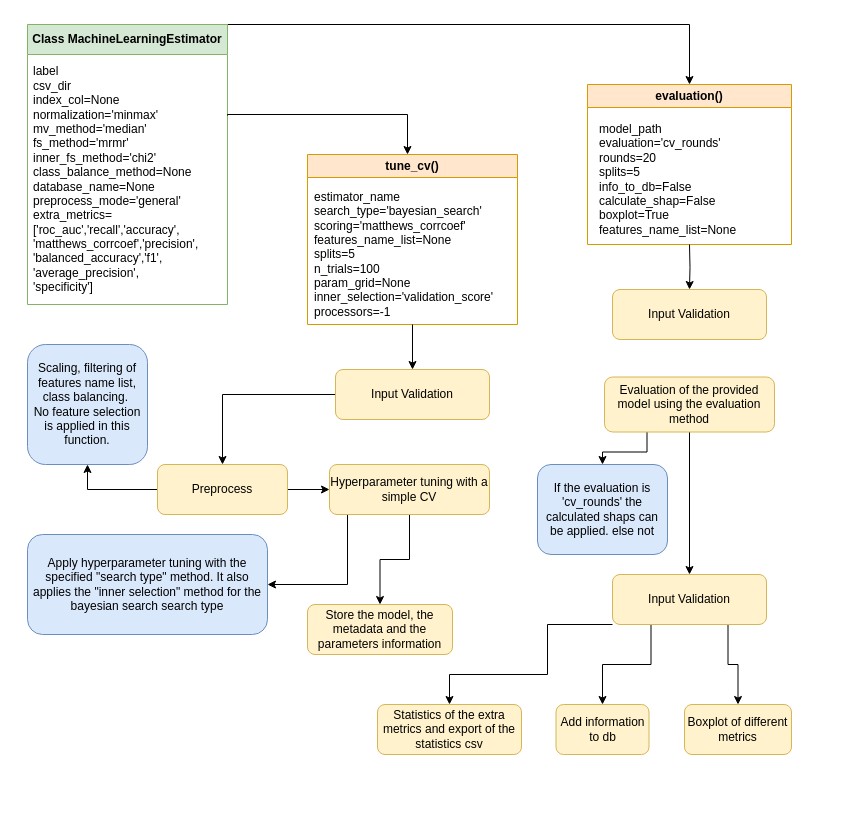
This is page "modeltuning" (6 of 7) of ThesisDiagrams.drawio from costasmexis/AI4META, a draw.io file, before an edit. Source tidied: cells renumbered, new cells numbered last; positions are measured from the earlier drawing's top-left corner, leaving out a move shared by most shapes. Both pictures are drawn from the tidied source at 100%, with x=0, y=0 at pixel (27, 24).
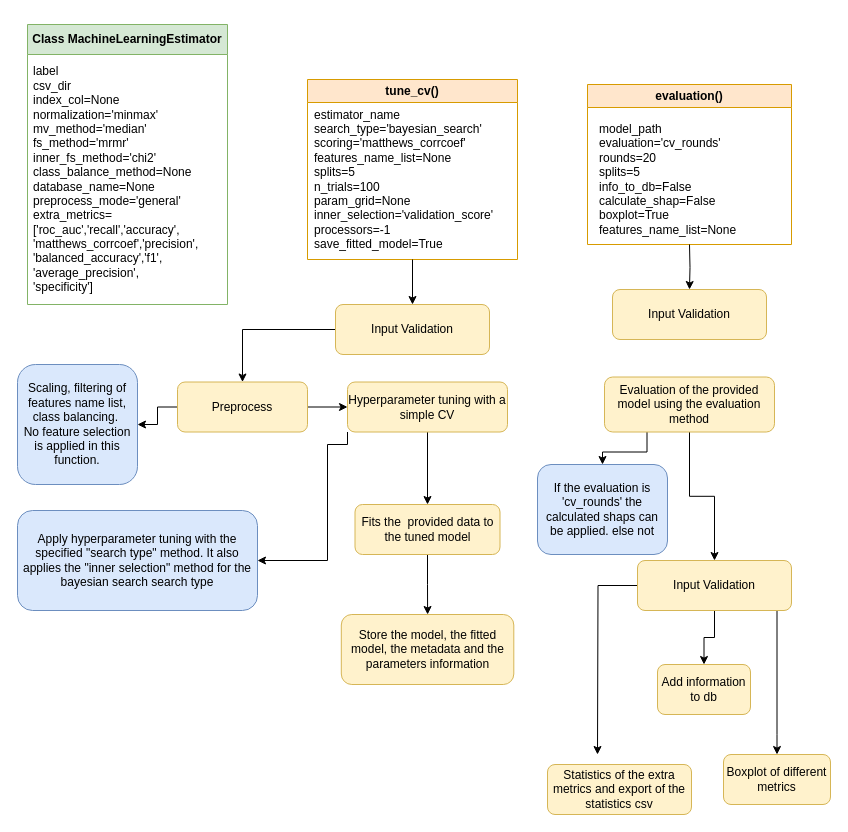
After the change.

The change refers to these unchanged cells:
```xml
<mxCell id="3" value="&lt;b&gt;Class MachineLearningEstimator&lt;/b&gt;" style="swimlane;fontStyle=0;horizontal=1;startSize=30;whiteSpace=wrap;html=1;fillColor=#d5e8d4;strokeColor=#82b366;" parent="1" vertex="1">
  <mxGeometry width="200" height="280" as="geometry" />
</mxCell>
<mxCell id="4" value="evaluation()" style="swimlane;whiteSpace=wrap;html=1;fillColor=#ffe6cc;strokeColor=#d79b00;" parent="1" vertex="1">
  <mxGeometry x="560" y="60" width="204" height="160" as="geometry" />
</mxCell>
<mxCell id="9" value="label&lt;div&gt;csv_dir&lt;/div&gt;&lt;div&gt;index_col=None&lt;/div&gt;&lt;div&gt;normalization='minmax'&lt;/div&gt;&lt;div&gt;mv_method='median'&lt;/div&gt;&lt;div&gt;fs_method='mrmr'&lt;/div&gt;&lt;div&gt;inner_fs_method='chi2'&lt;/div&gt;&lt;div&gt;class_balance_method=None&lt;/div&gt;&lt;div&gt;database_name=None&lt;/div&gt;&lt;div&gt;preprocess_mode='general'&lt;/div&gt;&lt;div&gt;&lt;div&gt;extra_metrics=&lt;/div&gt;&lt;div&gt;['roc_auc','recall','accuracy',&lt;/div&gt;&lt;div&gt;'matthews_corrcoef','precision',&lt;/div&gt;&lt;div&gt;'balanced_accuracy','f1',&lt;/div&gt;&lt;div&gt;'average_precision',&lt;/div&gt;&lt;div&gt;'specificity']&lt;/div&gt;&lt;/div&gt;" style="text;strokeColor=none;fillColor=none;align=left;verticalAlign=middle;spacingLeft=4;spacingRight=4;overflow=hidden;points=[[0,0.5],[1,0.5]];portConstraint=eastwest;whiteSpace=wrap;html=1;" parent="1" vertex="1">
  <mxGeometry y="30" width="200" height="250" as="geometry" />
</mxCell>
```

What changed in the source:
```diff
@@
-    <mxCell id="2" style="edgeStyle=orthogonalEdgeStyle;rounded=0;jettySize=auto;html=1;exitX=1;exitY=0;exitDx=0;exitDy=0;entryX=0.5;entryY=0;entryDx=0;entryDy=0;" parent="1" edge="1" source="3" target="4">
-      <mxGeometry relative="1" as="geometry">
-        <Array as="points">
-          <mxPoint x="662" />
-        </Array>
-      </mxGeometry>
-    </mxCell>
@@
     <mxCell id="6" value="tune_cv()" style="swimlane;whiteSpace=wrap;html=1;fillColor=#ffe6cc;strokeColor=#d79b00;" parent="1" vertex="1">
-      <mxGeometry x="280" y="130" width="210" height="170" as="geometry" />
+      <mxGeometry x="280" y="55" width="210" height="180" as="geometry" />
     </mxCell>
-    <mxCell id="7" value="estimator_name&lt;div&gt;search_type='bayesian_search'&lt;/div&gt;&lt;div&gt;scoring='matthews_corrcoef'&lt;/div&gt;&lt;div&gt;features_name_list=None&lt;/div&gt;&lt;div&gt;splits=5&lt;/div&gt;&lt;div&gt;n_trials=100&lt;/div&gt;&lt;div&gt;param_grid=None&lt;/div&gt;&lt;div&gt;inner_selection='validation_score'&lt;/div&gt;&lt;div&gt;&lt;span style=&quot;background-color: transparent; color: light-dark(rgb(0, 0, 0), rgb(255, 255, 255));&quot;&gt;processors=-1&lt;/span&gt;&lt;/div&gt;" style="text;html=1;align=left;verticalAlign=middle;points=[];strokeColor=none;fillColor=none;" parent="6" vertex="1">
-      <mxGeometry x="5" y="30" width="200" height="140" as="geometry" />
+    <mxCell id="7" value="estimator_name&lt;div&gt;search_type='bayesian_search'&lt;/div&gt;&lt;div&gt;scoring='matthews_corrcoef'&lt;/div&gt;&lt;div&gt;features_name_list=None&lt;/div&gt;&lt;div&gt;splits=5&lt;/div&gt;&lt;div&gt;n_trials=100&lt;/div&gt;&lt;div&gt;param_grid=None&lt;/div&gt;&lt;div&gt;inner_selection='validation_score'&lt;/div&gt;&lt;div&gt;&lt;span style=&quot;background-color: transparent; color: light-dark(rgb(0, 0, 0), rgb(255, 255, 255));&quot;&gt;processors=-1&lt;/span&gt;&lt;/div&gt;&lt;div&gt;&lt;span style=&quot;background-color: transparent; color: light-dark(rgb(0, 0, 0), rgb(255, 255, 255));&quot;&gt;save_fitted_model=True&lt;/span&gt;&lt;/div&gt;" style="text;html=1;align=left;verticalAlign=middle;points=[];strokeColor=none;fillColor=none;" parent="6" vertex="1">
+      <mxGeometry x="5" y="20" width="200" height="160" as="geometry" />
     </mxCell>
-    <mxCell id="8" style="edgeStyle=orthogonalEdgeStyle;rounded=0;jettySize=auto;html=1;exitX=1;exitY=0.244;exitDx=0;exitDy=0;exitPerimeter=0;" parent="1" edge="1" source="9">
-      <mxGeometry relative="1" as="geometry">
-        <mxPoint x="380" y="130" as="targetPoint" />
-        <Array as="points">
-          <mxPoint x="200" y="90" />
-          <mxPoint x="380" y="90" />
-        </Array>
-      </mxGeometry>
-    </mxCell>
@@
     <mxCell id="11" value="Input Validation" style="rounded=1;whiteSpace=wrap;html=1;fillColor=#fff2cc;strokeColor=#d6b656;" parent="1" vertex="1">
-      <mxGeometry x="308" y="345" width="154" height="50" as="geometry" />
+      <mxGeometry x="308" y="280" width="154" height="50" as="geometry" />
     </mxCell>
+    <mxCell id="13" style="edgeStyle=orthogonalEdgeStyle;rounded=0;jettySize=auto;html=1;" parent="1" edge="1" source="14" target="20">
+      <mxGeometry relative="1" as="geometry" />
+    </mxCell>
-    <mxCell id="12" style="edgeStyle=orthogonalEdgeStyle;rounded=0;jettySize=auto;html=1;entryX=0.5;entryY=1;entryDx=0;entryDy=0;" parent="1" edge="1" source="14" target="17">
+    <mxCell id="12" style="edgeStyle=orthogonalEdgeStyle;rounded=0;jettySize=auto;html=1;entryX=1;entryY=0.5;entryDx=0;entryDy=0;" parent="1" edge="1" source="14" target="17">
       <mxGeometry relative="1" as="geometry" />
     </mxCell>
-    <mxCell id="13" style="edgeStyle=orthogonalEdgeStyle;rounded=0;jettySize=auto;html=1;" parent="1" edge="1" source="14" target="20">
-      <mxGeometry relative="1" as="geometry" />
-    </mxCell>
     <mxCell id="14" value="Preprocess" style="rounded=1;whiteSpace=wrap;html=1;fillColor=#fff2cc;strokeColor=#d6b656;" parent="1" vertex="1">
-      <mxGeometry x="130" y="440" width="130" height="50" as="geometry" />
+      <mxGeometry x="150" y="357.5" width="130" height="50" as="geometry" />
     </mxCell>
@@
     <mxCell id="16" value="Apply hyperparameter tuning with the specified &quot;search type&quot; method. It also applies the &quot;inner selection&quot; method for the bayesian search search type" style="rounded=1;whiteSpace=wrap;html=1;fillColor=#dae8fc;strokeColor=#6c8ebf;" parent="1" vertex="1">
-      <mxGeometry y="510" width="240" height="100" as="geometry" />
+      <mxGeometry x="-10" y="486" width="240" height="100" as="geometry" />
     </mxCell>
     <mxCell id="17" value="Scaling, filtering of features name list, class balancing.&amp;nbsp;&lt;br&gt;No feature selection is applied in this function." style="rounded=1;whiteSpace=wrap;html=1;fillColor=#dae8fc;strokeColor=#6c8ebf;" parent="1" vertex="1">
-      <mxGeometry y="320" width="120" height="120" as="geometry" />
+      <mxGeometry x="-10" y="340" width="120" height="120" as="geometry" />
     </mxCell>
-    <mxCell id="18" style="edgeStyle=orthogonalEdgeStyle;rounded=0;jettySize=auto;html=1;exitX=0.25;exitY=1;exitDx=0;exitDy=0;entryX=1;entryY=0.5;entryDx=0;entryDy=0;" parent="1" edge="1" source="20" target="16">
+    <mxCell id="18" style="edgeStyle=orthogonalEdgeStyle;rounded=0;jettySize=auto;html=1;exitX=0;exitY=1;exitDx=0;exitDy=0;entryX=1;entryY=0.5;entryDx=0;entryDy=0;" parent="1" edge="1" source="20" target="16">
       <mxGeometry relative="1" as="geometry">
         <Array as="points">
-          <mxPoint x="320" y="490" />
-          <mxPoint x="320" y="560" />
+          <mxPoint x="320" y="420" />
+          <mxPoint x="300" y="420" />
+          <mxPoint x="300" y="536" />
         </Array>
       </mxGeometry>
     </mxCell>
-    <mxCell id="19" style="edgeStyle=orthogonalEdgeStyle;rounded=0;jettySize=auto;html=1;" parent="1" edge="1" source="20" target="21">
-      <mxGeometry relative="1" as="geometry" />
-    </mxCell>
+    <mxCell id="35" style="edgeStyle=orthogonalEdgeStyle;rounded=0;jettySize=auto;html=1;" parent="1" edge="1" source="20" target="38">
+      <mxGeometry relative="1" as="geometry" />
+    </mxCell>
     <mxCell id="20" value="Hyperparameter tuning with a simple CV" style="rounded=1;whiteSpace=wrap;html=1;fillColor=#fff2cc;strokeColor=#d6b656;" parent="1" vertex="1">
-      <mxGeometry x="302" y="440" width="160" height="50" as="geometry" />
+      <mxGeometry x="320" y="357.5" width="160" height="50" as="geometry" />
     </mxCell>
-    <mxCell id="21" value="Store the model, the metadata and the parameters information" style="rounded=1;whiteSpace=wrap;html=1;fillColor=#fff2cc;strokeColor=#d6b656;" parent="1" vertex="1">
-      <mxGeometry x="280" y="580" width="145" height="50" as="geometry" />
+    <mxCell id="21" value="Store the model, the fitted model, the metadata and the parameters information" style="rounded=1;whiteSpace=wrap;html=1;fillColor=#fff2cc;strokeColor=#d6b656;" parent="1" vertex="1">
+      <mxGeometry x="313.8" y="590" width="172.5" height="70" as="geometry" />
     </mxCell>
@@
-    <mxCell id="28" style="edgeStyle=orthogonalEdgeStyle;rounded=0;jettySize=auto;html=1;exitX=0.75;exitY=1;exitDx=0;exitDy=0;entryX=0.5;entryY=0;entryDx=0;entryDy=0;" parent="1" edge="1" source="31" target="32">
-      <mxGeometry relative="1" as="geometry" />
+    <mxCell id="28" style="edgeStyle=orthogonalEdgeStyle;rounded=0;jettySize=auto;html=1;entryX=0.5;entryY=0;entryDx=0;entryDy=0;" parent="1" edge="1" source="31" target="32">
+      <mxGeometry relative="1" as="geometry">
+        <Array as="points">
+          <mxPoint x="750" y="710" />
+        </Array>
+      </mxGeometry>
     </mxCell>
+    <mxCell id="36" style="edgeStyle=orthogonalEdgeStyle;rounded=0;jettySize=auto;html=1;" parent="1" edge="1" source="31">
+      <mxGeometry relative="1" as="geometry">
+        <mxPoint x="570" y="730" as="targetPoint" />
+      </mxGeometry>
+    </mxCell>
-    <mxCell id="29" style="edgeStyle=orthogonalEdgeStyle;rounded=0;jettySize=auto;html=1;exitX=0.25;exitY=1;exitDx=0;exitDy=0;entryX=0.5;entryY=0;entryDx=0;entryDy=0;" parent="1" edge="1" source="31" target="33">
+    <mxCell id="29" style="edgeStyle=orthogonalEdgeStyle;rounded=0;jettySize=auto;html=1;" parent="1" edge="1" source="31" target="33">
       <mxGeometry relative="1" as="geometry" />
     </mxCell>
-    <mxCell id="30" style="edgeStyle=orthogonalEdgeStyle;rounded=0;jettySize=auto;html=1;exitX=0;exitY=1;exitDx=0;exitDy=0;entryX=0.5;entryY=0;entryDx=0;entryDy=0;" parent="1" edge="1" source="31" target="34">
-      <mxGeometry relative="1" as="geometry">
-        <Array as="points">
-          <mxPoint x="520" y="600" />
-          <mxPoint x="520" y="650" />
-          <mxPoint x="422" y="650" />
-        </Array>
-      </mxGeometry>
-    </mxCell>
     <mxCell id="31" value="Input Validation" style="rounded=1;whiteSpace=wrap;html=1;fillColor=#fff2cc;strokeColor=#d6b656;" parent="1" vertex="1">
-      <mxGeometry x="585" y="550" width="154" height="50" as="geometry" />
+      <mxGeometry x="610" y="536" width="154" height="50" as="geometry" />
     </mxCell>
     <mxCell id="32" value="Boxplot of different metrics" style="rounded=1;whiteSpace=wrap;html=1;fillColor=#fff2cc;strokeColor=#d6b656;" parent="1" vertex="1">
-      <mxGeometry x="657" y="680" width="107" height="50" as="geometry" />
+      <mxGeometry x="696" y="730" width="107" height="50" as="geometry" />
     </mxCell>
     <mxCell id="33" value="Add information to db" style="rounded=1;whiteSpace=wrap;html=1;fillColor=#fff2cc;strokeColor=#d6b656;" parent="1" vertex="1">
-      <mxGeometry x="528.5" y="680" width="93" height="50" as="geometry" />
+      <mxGeometry x="630" y="640" width="93" height="50" as="geometry" />
     </mxCell>
     <mxCell id="34" value="Statistics of the extra metrics and export of the statistics csv" style="rounded=1;whiteSpace=wrap;html=1;fillColor=#fff2cc;strokeColor=#d6b656;" parent="1" vertex="1">
-      <mxGeometry x="350" y="680" width="144" height="50" as="geometry" />
+      <mxGeometry x="520" y="740" width="144" height="50" as="geometry" />
     </mxCell>
+    <mxCell id="37" style="edgeStyle=orthogonalEdgeStyle;rounded=0;jettySize=auto;html=1;" parent="1" edge="1" source="38" target="21">
+      <mxGeometry relative="1" as="geometry" />
+    </mxCell>
+    <mxCell id="38" value="Fits the&amp;nbsp; provided data to the tuned model" style="rounded=1;whiteSpace=wrap;html=1;fillColor=#fff2cc;strokeColor=#d6b656;" parent="1" vertex="1">
+      <mxGeometry x="327.5" y="480" width="145" height="50" as="geometry" />
+    </mxCell>
```
